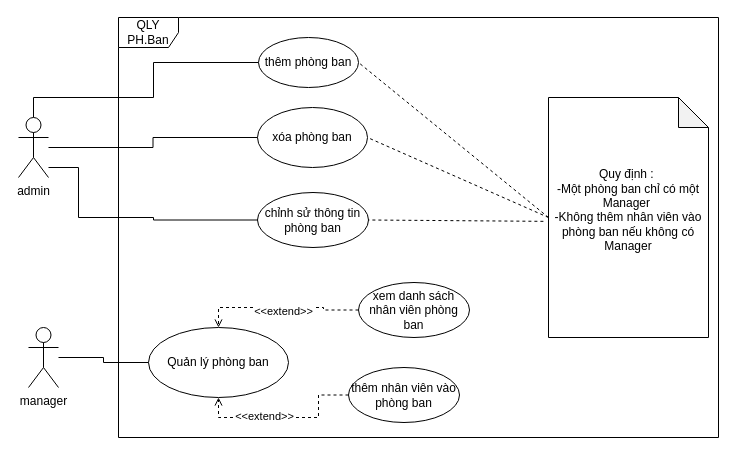
The draw.io diagram PhòngBan.drawio in hoangda24312/Group4-DesigningSystem, before the edit. Source tidied: cells renumbered, new cells numbered last; positions are measured from the earlier drawing's top-left corner, leaving out a move shared by most shapes. Both pictures are drawn from the tidied source at 100%, with x=0, y=0 at pixel (18, 17).
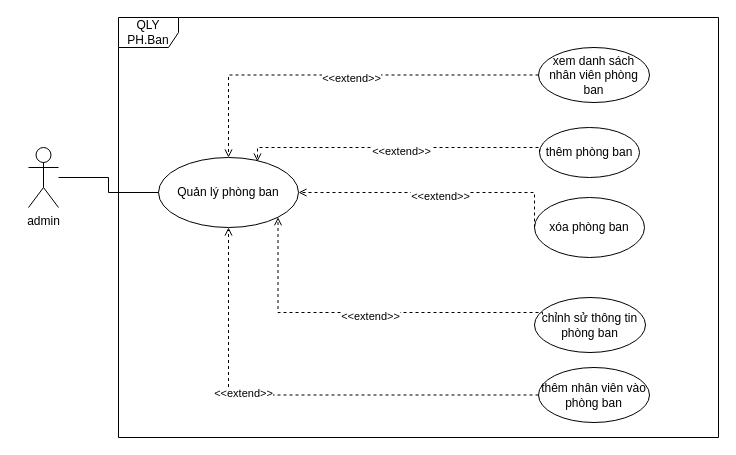
The same diagram, later.

Diff of the diagram source:
```diff
@@
     <mxCell id="2" value="xóa phòng ban" style="ellipse;whiteSpace=wrap;html=1;" parent="1" vertex="1">
-      <mxGeometry x="239" y="90" width="110" height="60" as="geometry" />
+      <mxGeometry x="516" y="180" width="110" height="60" as="geometry" />
     </mxCell>
     <mxCell id="3" value="thêm phòng ban" style="ellipse;whiteSpace=wrap;html=1;" parent="1" vertex="1">
-      <mxGeometry x="240" y="20" width="100" height="50" as="geometry" />
+      <mxGeometry x="521" y="110" width="100" height="50" as="geometry" />
     </mxCell>
     <mxCell id="4" value="chỉnh sử thông tin phòng ban" style="ellipse;whiteSpace=wrap;html=1;" parent="1" vertex="1">
-      <mxGeometry x="239" y="175" width="111" height="55" as="geometry" />
+      <mxGeometry x="516" y="280" width="111" height="55" as="geometry" />
     </mxCell>
     <mxCell id="5" value="Quản lý phòng ban" style="ellipse;whiteSpace=wrap;html=1;" parent="1" vertex="1">
-      <mxGeometry x="130" y="310" width="140" height="70" as="geometry" />
+      <mxGeometry x="140" y="140" width="140" height="70" as="geometry" />
     </mxCell>
-    <mxCell id="6" value="Quy định :&amp;nbsp;&lt;div&gt;-Một phòng ban chỉ có một Manager&amp;nbsp;&lt;div&gt;-Không thêm nhân viên vào phòng ban nếu không có Manager&lt;/div&gt;&lt;/div&gt;&lt;div&gt;&lt;br&gt;&lt;/div&gt;" style="shape=note;whiteSpace=wrap;html=1;backgroundOutline=1;darkOpacity=0.05;" parent="1" vertex="1">
-      <mxGeometry x="530" y="80" width="160" height="240" as="geometry" />
-    </mxCell>
@@
-    <mxCell id="8" style="endArrow=none;endSize=16;endFill=0;html=1;rounded=0;exitX=0;exitY=0.5;exitDx=0;exitDy=0;dashed=1;entryX=1;entryY=0.5;entryDx=0;entryDy=0;exitPerimeter=0;" parent="1" edge="1" source="6" target="3">
-      <mxGeometry x="-0.12" relative="1" as="geometry">
-        <mxPoint x="1" as="offset" />
-      </mxGeometry>
-    </mxCell>
-    <mxCell id="9" style="endArrow=none;endSize=16;endFill=0;html=1;rounded=0;exitX=0;exitY=0.5;exitDx=0;exitDy=0;dashed=1;entryX=1;entryY=0.5;entryDx=0;entryDy=0;exitPerimeter=0;" parent="1" edge="1" source="6" target="2">
-      <mxGeometry x="-0.12" relative="1" as="geometry">
-        <mxPoint x="1" as="offset" />
-      </mxGeometry>
-    </mxCell>
-    <mxCell id="10" style="endArrow=none;endSize=16;endFill=0;html=1;rounded=0;exitX=-0.032;exitY=0.516;exitDx=0;exitDy=0;dashed=1;entryX=1;entryY=0.5;entryDx=0;entryDy=0;exitPerimeter=0;" parent="1" edge="1" source="6" target="4">
-      <mxGeometry x="-0.12" relative="1" as="geometry">
-        <mxPoint x="1" as="offset" />
-      </mxGeometry>
-    </mxCell>
-    <mxCell id="11" style="edgeStyle=orthogonalEdgeStyle;rounded=0;jettySize=auto;html=1;entryX=0;entryY=0.5;entryDx=0;entryDy=0;endArrow=none;endFill=0;" parent="1" edge="1" source="14" target="3">
-      <mxGeometry relative="1" as="geometry">
-        <Array as="points">
-          <mxPoint x="15" y="80" />
-          <mxPoint x="135" y="80" />
-          <mxPoint x="135" y="45" />
-        </Array>
-      </mxGeometry>
-    </mxCell>
-    <mxCell id="12" style="edgeStyle=orthogonalEdgeStyle;rounded=0;jettySize=auto;html=1;entryX=0;entryY=0.5;entryDx=0;entryDy=0;endArrow=none;endFill=0;" parent="1" edge="1" source="14" target="2">
-      <mxGeometry relative="1" as="geometry" />
-    </mxCell>
-    <mxCell id="13" style="edgeStyle=orthogonalEdgeStyle;rounded=0;jettySize=auto;html=1;entryX=0;entryY=0.5;entryDx=0;entryDy=0;endArrow=none;endFill=0;" parent="1" edge="1" source="14" target="4">
-      <mxGeometry relative="1" as="geometry">
-        <Array as="points">
-          <mxPoint x="60" y="150" />
-          <mxPoint x="60" y="200" />
-          <mxPoint x="135" y="200" />
-          <mxPoint x="135" y="203" />
-        </Array>
-      </mxGeometry>
-    </mxCell>
-    <mxCell id="14" value="admin&lt;div&gt;&lt;br&gt;&lt;/div&gt;" style="shape=umlActor;verticalLabelPosition=bottom;verticalAlign=top;html=1;outlineConnect=0;" parent="1" vertex="1">
-      <mxGeometry y="100" width="30" height="60" as="geometry" />
-    </mxCell>
@@
-    <mxCell id="16" value="manager" style="shape=umlActor;verticalLabelPosition=bottom;verticalAlign=top;html=1;outlineConnect=0;" parent="1" vertex="1">
-      <mxGeometry x="10" y="310" width="30" height="60" as="geometry" />
+    <mxCell id="16" value="admin" style="shape=umlActor;verticalLabelPosition=bottom;verticalAlign=top;html=1;outlineConnect=0;" parent="1" vertex="1">
+      <mxGeometry x="10" y="130" width="30" height="60" as="geometry" />
     </mxCell>
@@
     <mxCell id="19" value="xem danh sách nhân viên phòng ban" style="ellipse;whiteSpace=wrap;html=1;" parent="1" vertex="1">
-      <mxGeometry x="340" y="265" width="111" height="55" as="geometry" />
+      <mxGeometry x="520" y="30" width="111" height="55" as="geometry" />
     </mxCell>
@@
     <mxCell id="22" value="thêm nhân viên vào phòng ban" style="ellipse;whiteSpace=wrap;html=1;" parent="1" vertex="1">
-      <mxGeometry x="330" y="350" width="111" height="55" as="geometry" />
+      <mxGeometry x="520" y="350" width="111" height="55" as="geometry" />
     </mxCell>
+    <mxCell id="23" style="edgeStyle=orthogonalEdgeStyle;rounded=0;jettySize=auto;html=1;entryX=0.707;entryY=0.057;entryDx=0;entryDy=0;endArrow=open;endFill=0;dashed=1;exitX=0;exitY=0.5;exitDx=0;exitDy=0;entryPerimeter=0;" parent="1" edge="1" source="3" target="5">
+      <mxGeometry relative="1" as="geometry">
+        <Array as="points">
+          <mxPoint x="521" y="130" />
+          <mxPoint x="239" y="130" />
+        </Array>
+      </mxGeometry>
+    </mxCell>
+    <mxCell id="24" value="&amp;lt;&amp;lt;extend&amp;gt;&amp;gt;" style="edgeLabel;html=1;align=center;verticalAlign=middle;" parent="23" vertex="1">
+      <mxGeometry x="-0.04" y="3" relative="1" as="geometry" />
+    </mxCell>
+    <mxCell id="25" style="edgeStyle=orthogonalEdgeStyle;rounded=0;jettySize=auto;html=1;entryX=1;entryY=0.5;entryDx=0;entryDy=0;endArrow=open;endFill=0;dashed=1;exitX=0;exitY=0.5;exitDx=0;exitDy=0;" parent="1" edge="1" source="2" target="5">
+      <mxGeometry relative="1" as="geometry">
+        <Array as="points">
+          <mxPoint x="516" y="175" />
+        </Array>
+      </mxGeometry>
+    </mxCell>
+    <mxCell id="26" value="&amp;lt;&amp;lt;extend&amp;gt;&amp;gt;" style="edgeLabel;html=1;align=center;verticalAlign=middle;" parent="25" vertex="1">
+      <mxGeometry x="-0.04" y="3" relative="1" as="geometry" />
+    </mxCell>
+    <mxCell id="27" style="edgeStyle=orthogonalEdgeStyle;rounded=0;jettySize=auto;html=1;entryX=1;entryY=1;entryDx=0;entryDy=0;endArrow=open;endFill=0;dashed=1;exitX=0.072;exitY=0.309;exitDx=0;exitDy=0;exitPerimeter=0;" parent="1" edge="1" source="4" target="5">
+      <mxGeometry relative="1" as="geometry">
+        <Array as="points">
+          <mxPoint x="524" y="295" />
+          <mxPoint x="260" y="295" />
+        </Array>
+      </mxGeometry>
+    </mxCell>
+    <mxCell id="28" value="&amp;lt;&amp;lt;extend&amp;gt;&amp;gt;" style="edgeLabel;html=1;align=center;verticalAlign=middle;" parent="27" vertex="1">
+      <mxGeometry x="-0.04" y="3" relative="1" as="geometry" />
+    </mxCell>
```
